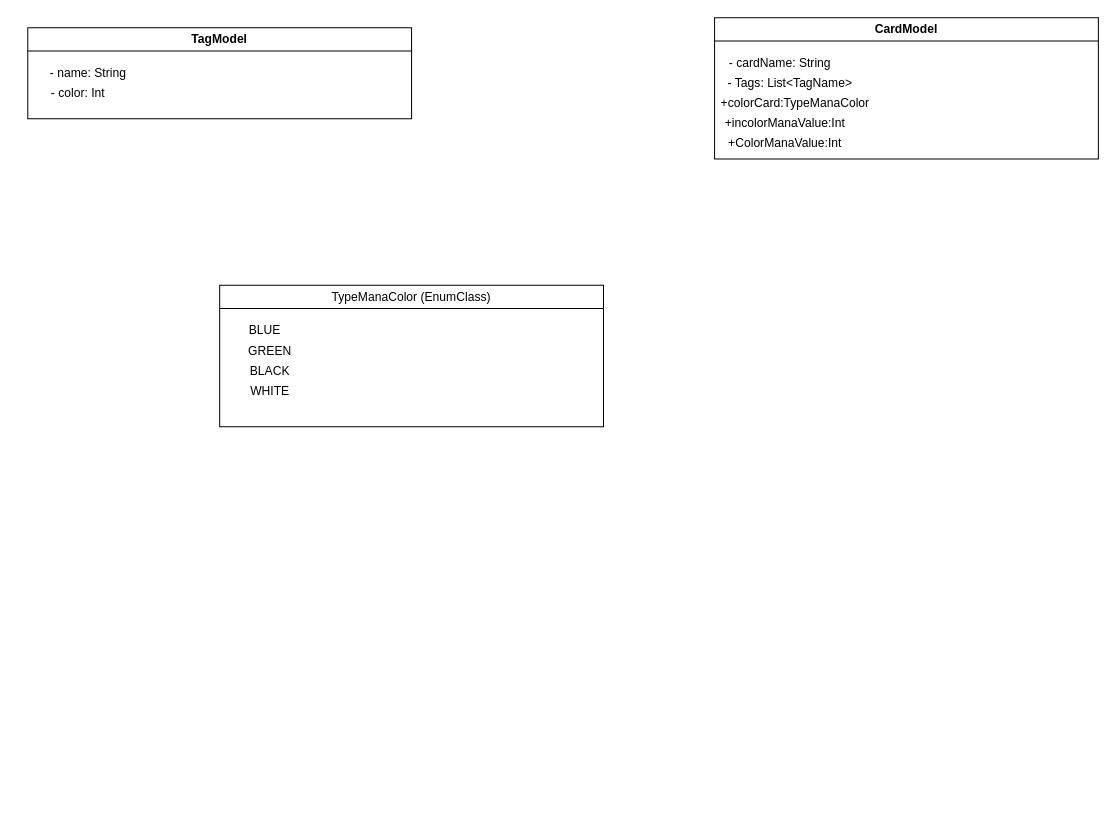
Earlier version of the draw.io diagram Diagrama sem nome.drawio (Carlosstorari/apiFinancas). Source tidied: cells renumbered, new cells numbered last; positions are measured from the earlier drawing's top-left corner, leaving out a move shared by most shapes. Both pictures are drawn from the tidied source at 101%, with x=0, y=0 at pixel (27, 17).
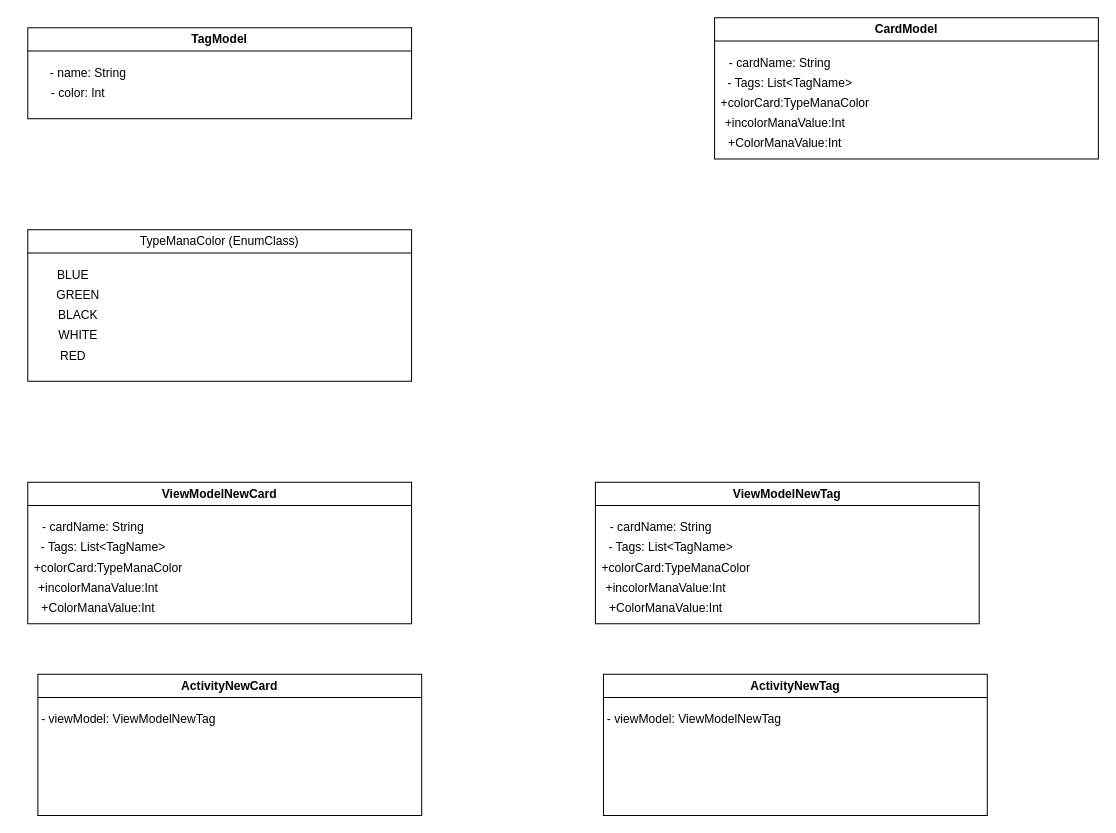
The same diagram, later.

Change to the diagram source:
```diff
@@
     <mxCell id="11" value="&lt;span style=&quot;font-weight: 400;&quot;&gt;TypeManaColor (EnumClass)&lt;/span&gt;" style="swimlane;whiteSpace=wrap;html=1;" parent="1" vertex="1">
-      <mxGeometry x="190" y="265" width="380" height="140" as="geometry" />
+      <mxGeometry y="210" width="380" height="150" as="geometry" />
     </mxCell>
@@
+    <mxCell id="16" value="RED" style="text;html=1;strokeColor=none;fillColor=none;align=center;verticalAlign=middle;whiteSpace=wrap;rounded=0;" parent="11" vertex="1">
+      <mxGeometry y="110" width="90" height="30" as="geometry" />
+    </mxCell>
+    <mxCell id="17" value="ViewModelNewCard" style="swimlane;whiteSpace=wrap;html=1;" parent="1" vertex="1">
+      <mxGeometry y="460" width="380" height="140" as="geometry" />
+    </mxCell>
+    <mxCell id="18" value="- cardName: String" style="text;html=1;strokeColor=none;fillColor=none;align=center;verticalAlign=middle;whiteSpace=wrap;rounded=0;" parent="17" vertex="1">
+      <mxGeometry y="30" width="130" height="30" as="geometry" />
+    </mxCell>
+    <mxCell id="19" value="- Tags: List&amp;lt;TagName&amp;gt;" style="text;html=1;strokeColor=none;fillColor=none;align=center;verticalAlign=middle;whiteSpace=wrap;rounded=0;" parent="17" vertex="1">
+      <mxGeometry y="50" width="150" height="30" as="geometry" />
+    </mxCell>
+    <mxCell id="20" value="+colorCard:TypeManaColor" style="text;html=1;strokeColor=none;fillColor=none;align=center;verticalAlign=middle;whiteSpace=wrap;rounded=0;" parent="17" vertex="1">
+      <mxGeometry x="-10" y="70" width="180" height="30" as="geometry" />
+    </mxCell>
+    <mxCell id="21" value="+incolorManaValue:Int" style="text;html=1;strokeColor=none;fillColor=none;align=center;verticalAlign=middle;whiteSpace=wrap;rounded=0;" parent="17" vertex="1">
+      <mxGeometry y="90" width="140" height="30" as="geometry" />
+    </mxCell>
+    <mxCell id="22" value="+ColorManaValue:Int" style="text;html=1;strokeColor=none;fillColor=none;align=center;verticalAlign=middle;whiteSpace=wrap;rounded=0;" parent="17" vertex="1">
+      <mxGeometry y="110" width="140" height="30" as="geometry" />
+    </mxCell>
+    <mxCell id="23" value="ActivityNewCard" style="swimlane;whiteSpace=wrap;html=1;" parent="1" vertex="1">
+      <mxGeometry x="10" y="650" width="380" height="140" as="geometry" />
+    </mxCell>
+    <mxCell id="24" value="- viewModel: ViewModelNewTag" style="text;html=1;strokeColor=none;fillColor=none;align=center;verticalAlign=middle;whiteSpace=wrap;rounded=0;" parent="23" vertex="1">
+      <mxGeometry y="30" width="180" height="30" as="geometry" />
+    </mxCell>
+    <mxCell id="25" value="ViewModelNewTag" style="swimlane;whiteSpace=wrap;html=1;startSize=23;" parent="1" vertex="1">
+      <mxGeometry x="562" y="460" width="380" height="140" as="geometry" />
+    </mxCell>
+    <mxCell id="26" value="- cardName: String" style="text;html=1;strokeColor=none;fillColor=none;align=center;verticalAlign=middle;whiteSpace=wrap;rounded=0;" parent="25" vertex="1">
+      <mxGeometry y="30" width="130" height="30" as="geometry" />
+    </mxCell>
+    <mxCell id="27" value="- Tags: List&amp;lt;TagName&amp;gt;" style="text;html=1;strokeColor=none;fillColor=none;align=center;verticalAlign=middle;whiteSpace=wrap;rounded=0;" parent="25" vertex="1">
+      <mxGeometry y="50" width="150" height="30" as="geometry" />
+    </mxCell>
+    <mxCell id="28" value="+colorCard:TypeManaColor" style="text;html=1;strokeColor=none;fillColor=none;align=center;verticalAlign=middle;whiteSpace=wrap;rounded=0;" parent="25" vertex="1">
+      <mxGeometry x="-10" y="70" width="180" height="30" as="geometry" />
+    </mxCell>
+    <mxCell id="29" value="+incolorManaValue:Int" style="text;html=1;strokeColor=none;fillColor=none;align=center;verticalAlign=middle;whiteSpace=wrap;rounded=0;" parent="25" vertex="1">
+      <mxGeometry y="90" width="140" height="30" as="geometry" />
+    </mxCell>
+    <mxCell id="30" value="+ColorManaValue:Int" style="text;html=1;strokeColor=none;fillColor=none;align=center;verticalAlign=middle;whiteSpace=wrap;rounded=0;" parent="25" vertex="1">
+      <mxGeometry y="110" width="140" height="30" as="geometry" />
+    </mxCell>
+    <mxCell id="31" value="ActivityNewTag" style="swimlane;whiteSpace=wrap;html=1;" parent="1" vertex="1">
+      <mxGeometry x="570" y="650" width="380" height="140" as="geometry" />
+    </mxCell>
+    <mxCell id="32" value="- viewModel: ViewModelNewTag" style="text;html=1;strokeColor=none;fillColor=none;align=center;verticalAlign=middle;whiteSpace=wrap;rounded=0;" parent="31" vertex="1">
+      <mxGeometry y="30" width="180" height="30" as="geometry" />
+    </mxCell>
```
